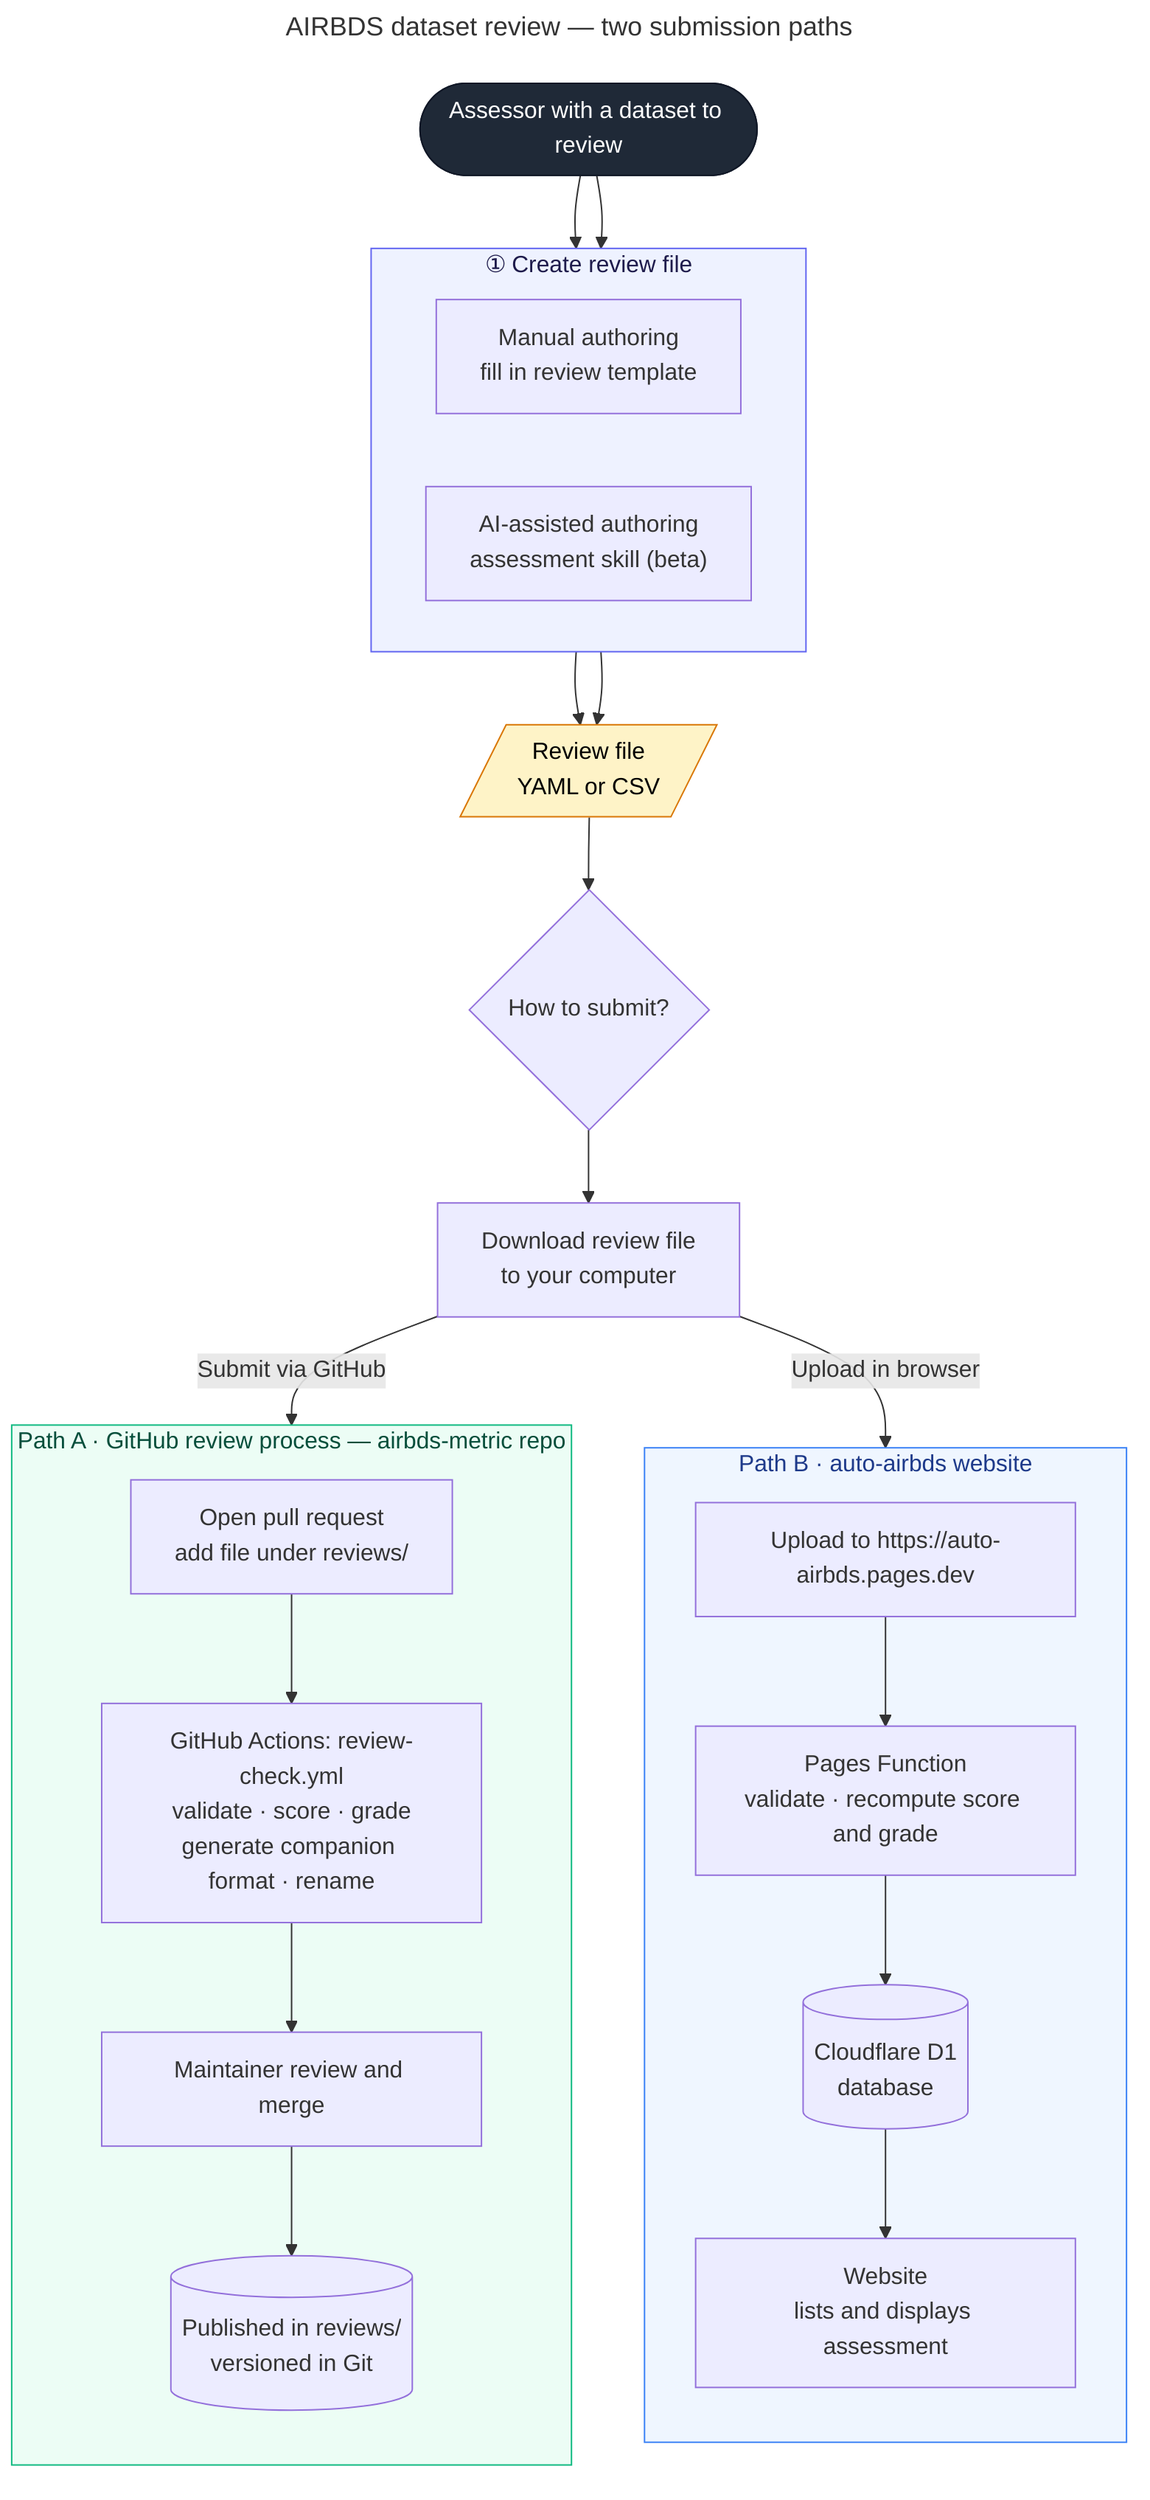
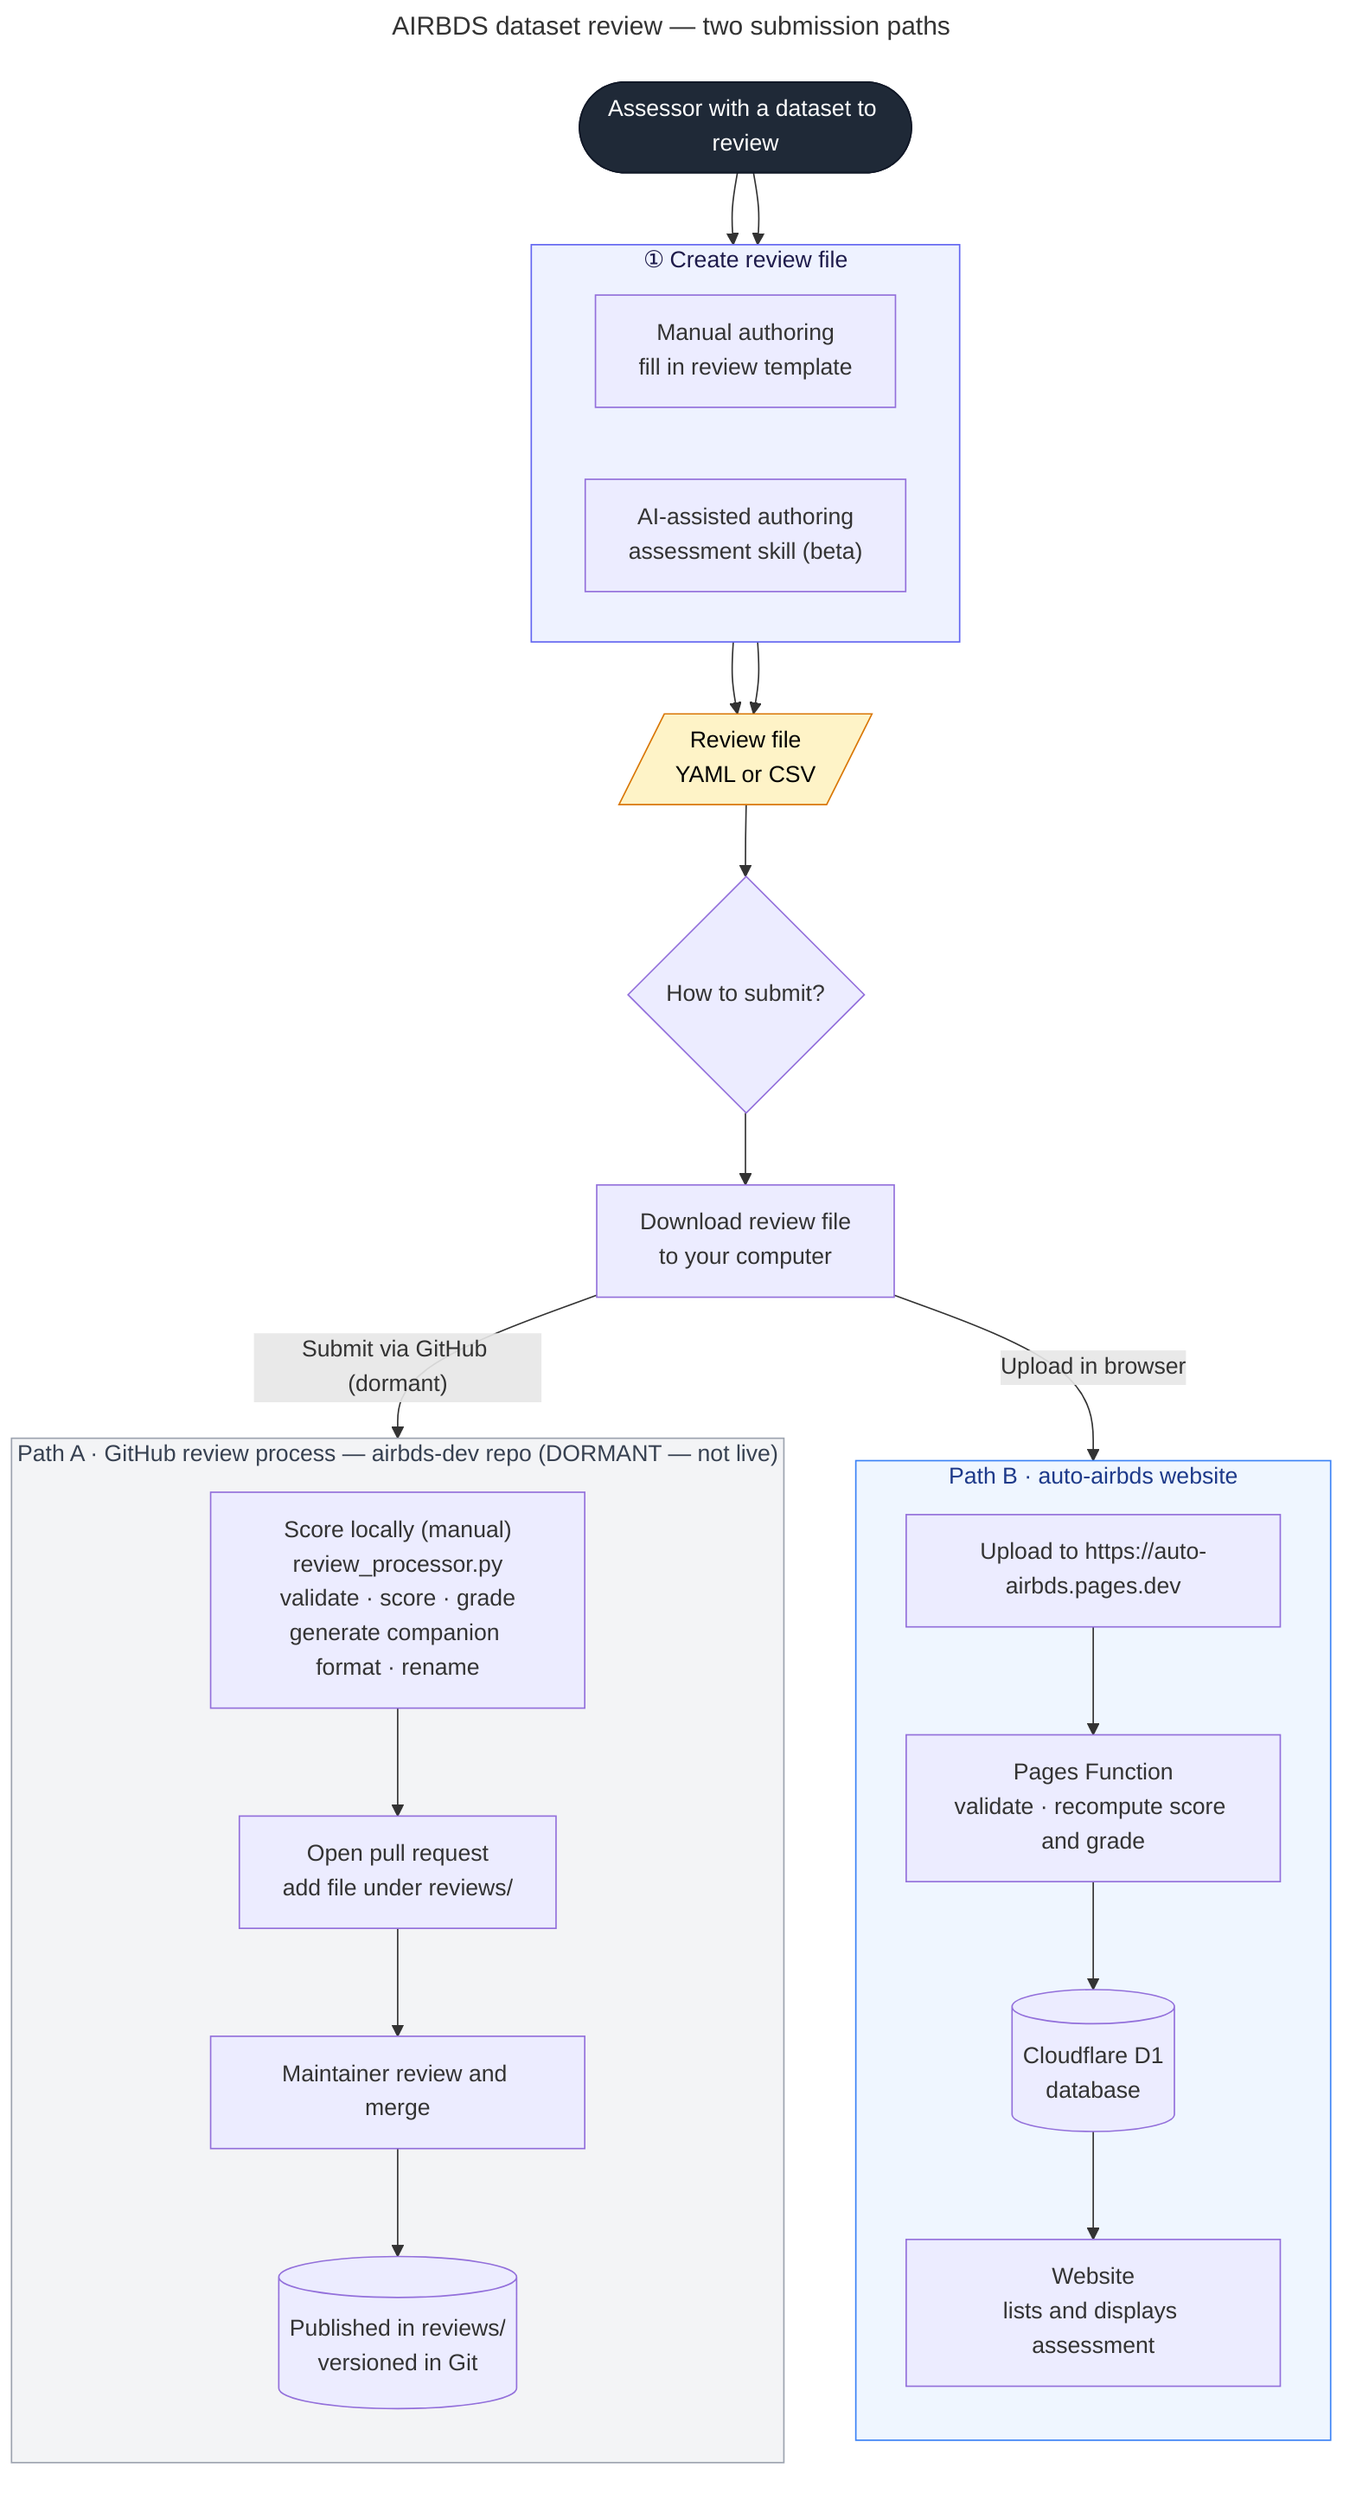
---
title: AIRBDS dataset review — two submission paths
---
flowchart TD
    start(["Assessor with a dataset to review"]):::startNode

    %% ---------- Stage 1: create the review file ----------
    subgraph create["① Create review file"]
        direction LR
        manual["Manual authoring<br/>fill in review template"]
        ai["AI-assisted authoring<br/>assessment skill (beta)"]
    end
    file[/"Review file<br/>YAML or CSV"/]:::artifact

    start --> manual
    start --> ai
    manual --> file
    ai --> file

    choice{"How to submit?"}
    file --> choice

    %% Shared step: the finished file must be downloaded locally before EITHER
    %% submission method (GitHub commit/PR or website upload).
    download["Download review file<br/>to your computer"]
    choice --> download

    %% Left/right ordering note: the default Mermaid (dagre) layout places the
    %% LAST-defined subgraph on the LEFT. So to keep Path A on the left and Path B
    %% on the right, Path B is defined first and Path A second below. (The
    %% `layout: elk` engine honours source order instead, but it does NOT render
    %% on GitHub, so we stay on dagre and order the blocks this way.)

    %% ---------- Path B: auto-airbds website (defined first → renders on the right) ----------
    subgraph web["Path B · auto-airbds website"]
        direction TB
        upload["Upload to https://auto-airbds.pages.dev"]
        val["Pages Function<br/>validate · recompute score and grade"]
        d1[("Cloudflare D1<br/>database")]
        spa["Website<br/>lists and displays assessment"]
        upload --> val --> d1 --> spa
    end

    %% ---------- Path A: GitHub review process (defined last → renders on the left) ----------
-     subgraph gh["Path A · GitHub review process — airbds-metric repo"]
+     %% DORMANT: the manual review process is not live. review-check.yml is disabled,
+     %% so scoring is no longer performed by CI — the assessor runs review_processor.py
+     %% themselves before opening the PR.
+     subgraph gh["Path A · GitHub review process — airbds-dev repo (DORMANT — not live)"]
        direction TB
+         score["Score locally (manual)<br/>review_processor.py<br/>validate · score · grade<br/>generate companion format · rename"]
        pr["Open pull request<br/>add file under reviews/"]
-         ci["GitHub Actions: review-check.yml<br/>validate · score · grade<br/>generate companion format · rename"]
        merge["Maintainer review and merge"]
        repo[("Published in reviews/<br/>versioned in Git")]
-         pr --> ci --> merge --> repo
+         score --> pr --> merge --> repo
    end

-     download -->|"Submit via GitHub"| pr
+     download -->|"Submit via GitHub (dormant)"| score
    download -->|"Upload in browser"| upload

    %% ---------- Styling ----------
    classDef startNode fill:#1f2937,stroke:#111827,color:#ffffff;
    classDef artifact fill:#fef3c7,stroke:#d97706,color:#000000;
    style create fill:#eef2ff,stroke:#6366f1,color:#1e1b4b;
-     style gh fill:#ecfdf5,stroke:#10b981,color:#064e3b;
+     %% Path A is greyed out rather than green: it is dormant, not a live route.
+     style gh fill:#f3f4f6,stroke:#9ca3af,color:#374151;
    style web fill:#eff6ff,stroke:#3b82f6,color:#1e3a8a;
